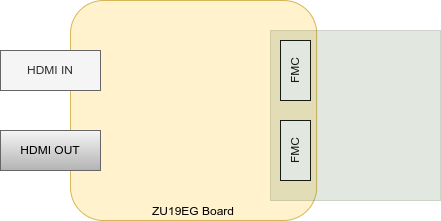
Before: LK HDMI Demo.png, a diagram exported from draw.io (belanasaikiran/FlowCharts). Source tidied: cells renumbered, new cells last; positions are measured from the earlier drawing's top-left corner, leaving out a move shared by most shapes.
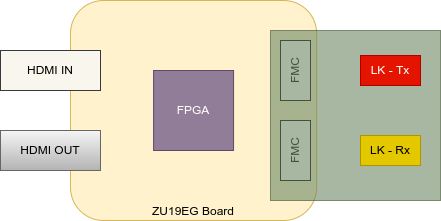
The same file after the commit.

The edit, as a diff of the source:
```diff
@@ -5,7 +5,7 @@
     <mxCell id="2" value="ZU19EG Board" style="rounded=1;whiteSpace=wrap;html=1;fillColor=#fff2cc;verticalAlign=bottom;strokeColor=#d6b656;" parent="1" vertex="1">
       <mxGeometry x="70" width="246.2" height="220" as="geometry" />
     </mxCell>
-    <mxCell id="3" value="HDMI IN" style="rounded=0;whiteSpace=wrap;html=1;fillColor=#f5f5f5;fontColor=#333333;strokeColor=#666666;" parent="1" vertex="1">
+    <mxCell id="3" value="HDMI IN" style="rounded=0;whiteSpace=wrap;html=1;fillColor=#f9f7ed;strokeColor=#36393d;" parent="1" vertex="1">
       <mxGeometry y="50" width="100" height="40" as="geometry" />
     </mxCell>
     <mxCell id="4" value="HDMI OUT" style="rounded=0;whiteSpace=wrap;html=1;fillColor=#f5f5f5;strokeColor=#666666;gradientColor=#b3b3b3;" parent="1" vertex="1">
@@ -17,8 +17,17 @@
     <mxCell id="6" value="FMC" style="rounded=0;whiteSpace=wrap;html=1;fillColor=default;labelPosition=center;verticalLabelPosition=middle;align=center;verticalAlign=middle;horizontal=0;" parent="1" vertex="1">
       <mxGeometry x="280" y="120" width="30" height="60" as="geometry" />
     </mxCell>
-    <mxCell id="7" style="rounded=0;whiteSpace=wrap;html=1;fillStyle=solid;glass=0;shadow=0;sketch=0;opacity=20;fillColor=#6d8764;strokeColor=#3A5431;fontColor=#ffffff;" parent="1" vertex="1">
+    <mxCell id="7" style="rounded=0;whiteSpace=wrap;html=1;fillStyle=solid;glass=0;shadow=0;sketch=0;opacity=60;fillColor=#6d8764;strokeColor=#3A5431;fontColor=#ffffff;" parent="1" vertex="1">
       <mxGeometry x="270" y="30" width="170" height="170" as="geometry" />
     </mxCell>
+    <mxCell id="8" value="LK - Tx" style="rounded=0;whiteSpace=wrap;html=1;fillColor=#e51400;strokeColor=#B20000;fontColor=#ffffff;" parent="1" vertex="1">
+      <mxGeometry x="360" y="55" width="60" height="30" as="geometry" />
+    </mxCell>
+    <mxCell id="9" value="LK - Rx" style="rounded=0;whiteSpace=wrap;html=1;fillColor=#e3c800;fontColor=#000000;strokeColor=#B09500;" parent="1" vertex="1">
+      <mxGeometry x="360" y="135" width="60" height="30" as="geometry" />
+    </mxCell>
+    <mxCell id="10" value="FPGA" style="whiteSpace=wrap;html=1;rounded=0;shadow=0;glass=0;sketch=0;fillStyle=solid;fillColor=#76608a;opacity=80;fontColor=#ffffff;strokeColor=#432D57;" parent="1" vertex="1">
+      <mxGeometry x="153.1" y="70" width="80" height="80" as="geometry" />
+    </mxCell>
   </root>
 </mxGraphModel>
```
